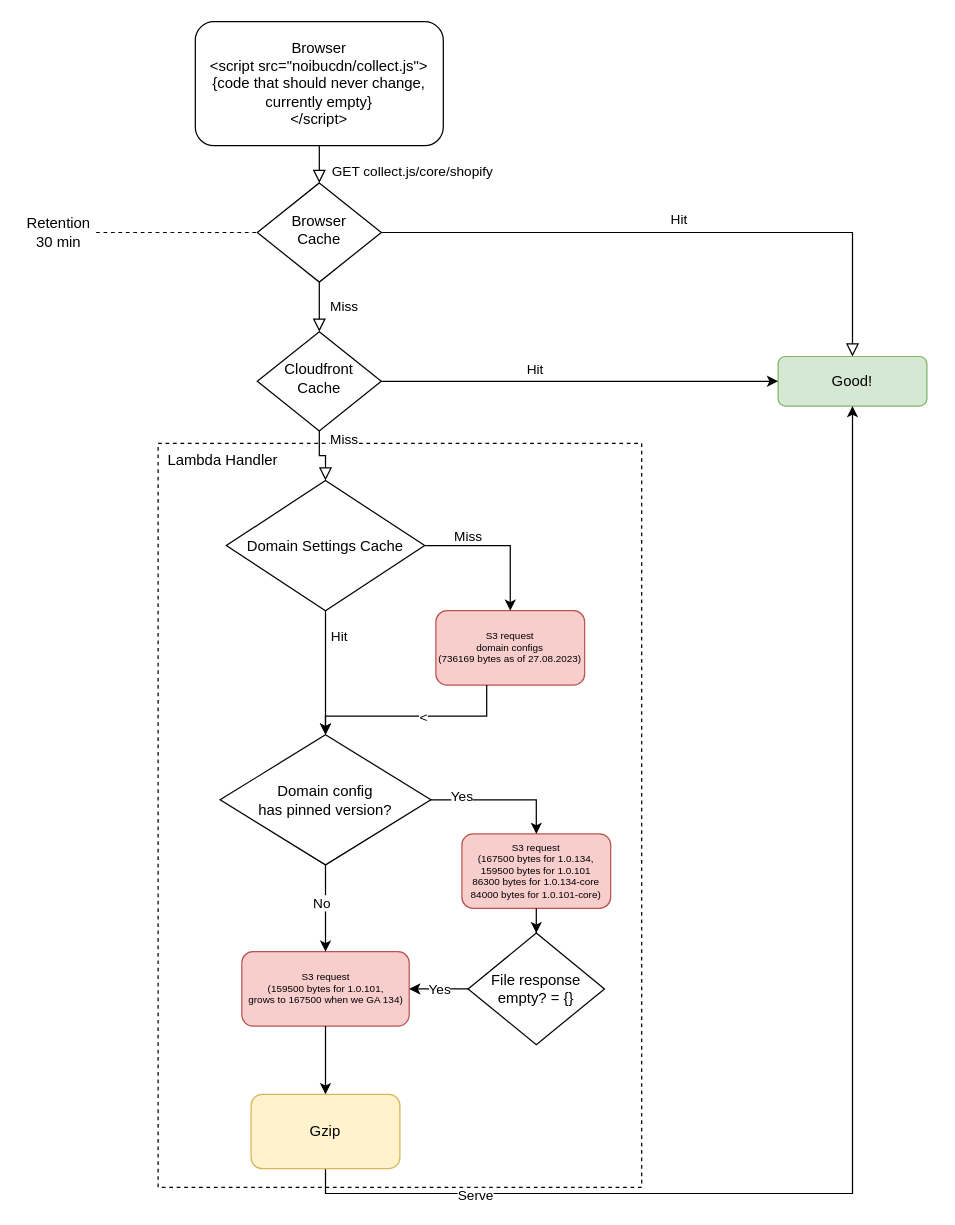
The draw.io diagram Діаграма без назви.drawio in sdwvit/sdwvit, before the edit. Source tidied: cells renumbered, new cells numbered last; positions are measured from the earlier drawing's top-left corner, leaving out a move shared by most shapes. Both pictures are drawn from the tidied source at 124%, with x=0, y=0 at pixel (21, 21).
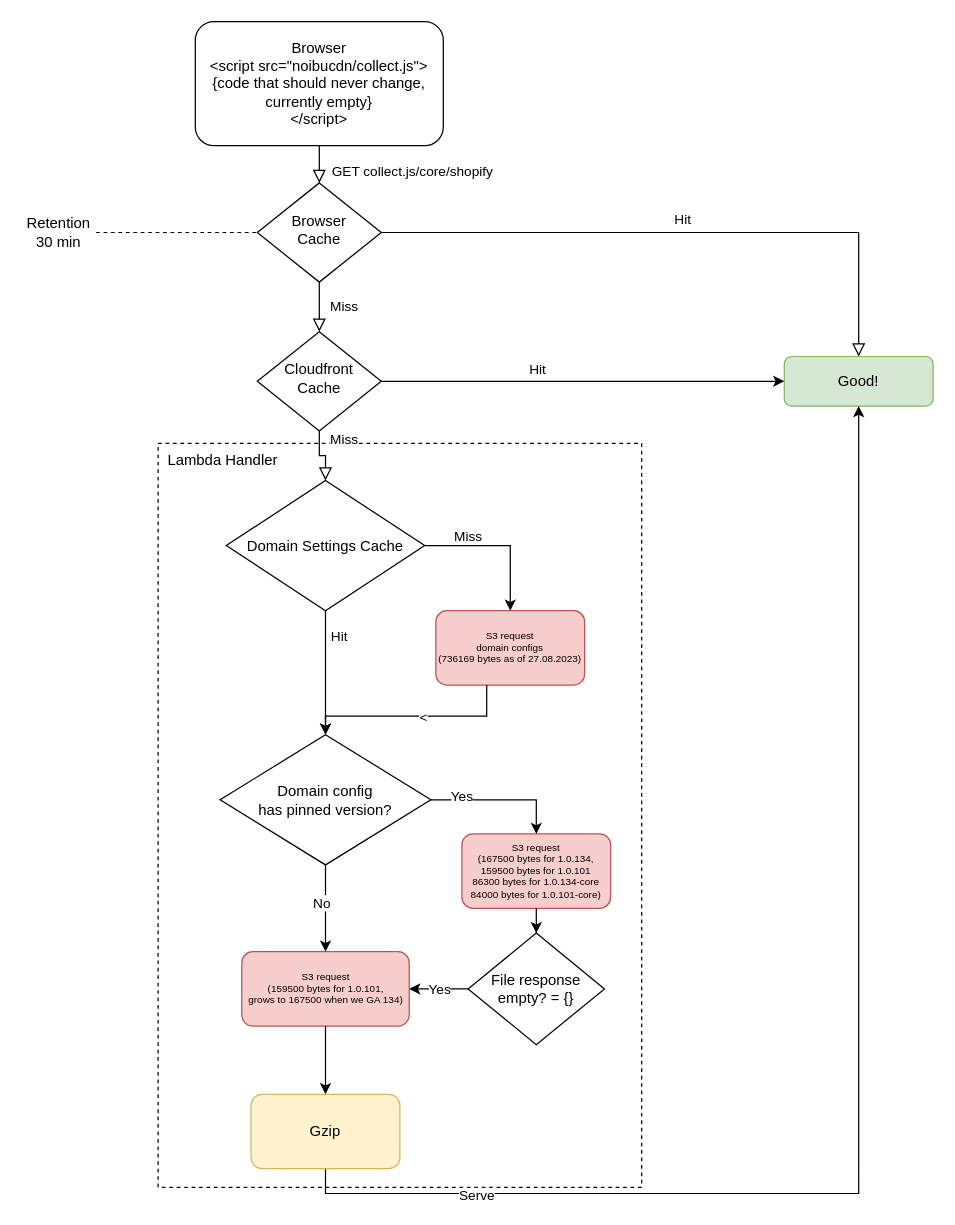
The same page after the edit.

Unchanged cells that the change refers to:
```xml
<mxCell id="7" value="Browser&lt;br&gt;Cache" style="rhombus;whiteSpace=wrap;html=1;shadow=0;fontFamily=Helvetica;fontSize=12;align=center;strokeWidth=1;spacing=6;spacingTop=-4;" parent="1" vertex="1">
  <mxGeometry x="190" y="130" width="100" height="80" as="geometry" />
</mxCell>
```

Diff of the diagram source:
```diff
@@
-    <mxCell id="6" value="Hit" style="edgeStyle=orthogonalEdgeStyle;rounded=0;html=1;jettySize=auto;fontSize=11;endArrow=block;endFill=0;endSize=8;strokeWidth=1;shadow=0;labelBackgroundColor=default;" parent="1" edge="1" source="7" target="8">
+    <mxCell id="6" value="Hit" style="edgeStyle=orthogonalEdgeStyle;rounded=0;html=1;jettySize=auto;fontSize=11;endArrow=block;endFill=0;endSize=8;strokeWidth=1;shadow=0;labelBackgroundColor=default;entryX=0.5;entryY=0;entryDx=0;entryDy=0;" parent="1" edge="1" source="7" target="8">
       <mxGeometry y="10" relative="1" as="geometry" />
     </mxCell>
@@
     <mxCell id="8" value="Good!" style="rounded=1;whiteSpace=wrap;html=1;fontSize=12;glass=0;strokeWidth=1;shadow=0;fillColor=#d5e8d4;strokeColor=#82b366;" parent="1" vertex="1">
-      <mxGeometry x="610" y="270" width="120" height="40" as="geometry" />
+      <mxGeometry x="615" y="270" width="120" height="40" as="geometry" />
     </mxCell>
```
